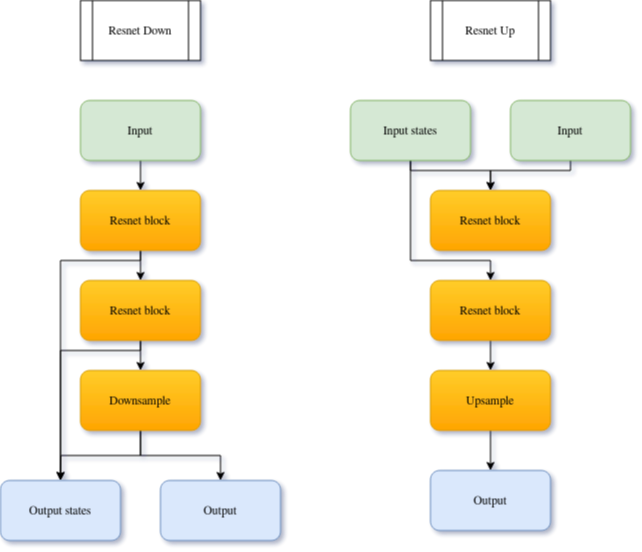
Before: pdf/images/ResnetDownUp.drawio.png, a diagram exported from draw.io (kaamka/diffusion-ct). Source tidied: cells renumbered, new cells last; positions are measured from the earlier drawing's top-left corner, leaving out a move shared by most shapes. Source of this version:
```xml
<mxGraphModel>
  <root>
    <mxCell id="0" />
    <mxCell id="1" parent="0" />
    <mxCell id="2" style="edgeStyle=orthogonalEdgeStyle;rounded=0;jettySize=auto;html=1;exitX=0.5;exitY=1;exitDx=0;exitDy=0;entryX=0.5;entryY=0;entryDx=0;entryDy=0;" parent="1" edge="1" source="3" target="10">
      <mxGeometry relative="1" as="geometry" />
    </mxCell>
    <mxCell id="3" value="Input" style="rounded=1;whiteSpace=wrap;html=1;fillColor=#d5e8d4;strokeColor=#82b366;" parent="1" vertex="1">
      <mxGeometry x="80" y="100" width="120" height="60" as="geometry" />
    </mxCell>
    <mxCell id="4" value="Resnet Down" style="shape=process;whiteSpace=wrap;html=1;backgroundOutline=1;" parent="1" vertex="1">
      <mxGeometry x="80" width="120" height="60" as="geometry" />
    </mxCell>
    <mxCell id="5" value="Resnet Up" style="shape=process;whiteSpace=wrap;html=1;backgroundOutline=1;" parent="1" vertex="1">
      <mxGeometry x="430" width="120" height="60" as="geometry" />
    </mxCell>
    <mxCell id="6" style="edgeStyle=orthogonalEdgeStyle;rounded=0;jettySize=auto;html=1;exitX=0.5;exitY=1;exitDx=0;exitDy=0;entryX=0.5;entryY=0;entryDx=0;entryDy=0;" parent="1" edge="1" source="7" target="19">
      <mxGeometry relative="1" as="geometry">
        <Array as="points">
          <mxPoint x="570" y="170" />
          <mxPoint x="490" y="170" />
        </Array>
      </mxGeometry>
    </mxCell>
    <mxCell id="7" value="Input" style="rounded=1;whiteSpace=wrap;html=1;fillColor=#d5e8d4;strokeColor=#82b366;" parent="1" vertex="1">
      <mxGeometry x="510" y="100" width="120" height="60" as="geometry" />
    </mxCell>
    <mxCell id="8" style="edgeStyle=orthogonalEdgeStyle;rounded=0;jettySize=auto;html=1;exitX=0.5;exitY=1;exitDx=0;exitDy=0;entryX=0.5;entryY=0;entryDx=0;entryDy=0;" parent="1" edge="1" source="10" target="13">
      <mxGeometry relative="1" as="geometry" />
    </mxCell>
    <mxCell id="9" style="edgeStyle=orthogonalEdgeStyle;rounded=0;jettySize=auto;html=1;exitX=0.5;exitY=1;exitDx=0;exitDy=0;entryX=0.5;entryY=0;entryDx=0;entryDy=0;" parent="1" edge="1" source="10" target="18">
      <mxGeometry relative="1" as="geometry">
        <Array as="points">
          <mxPoint x="140" y="260" />
          <mxPoint x="60" y="260" />
        </Array>
      </mxGeometry>
    </mxCell>
    <mxCell id="10" value="Resnet block" style="rounded=1;whiteSpace=wrap;html=1;fillColor=#ffcd28;strokeColor=#d79b00;gradientColor=#ffa500;" parent="1" vertex="1">
      <mxGeometry x="80" y="190" width="120" height="60" as="geometry" />
    </mxCell>
    <mxCell id="11" style="edgeStyle=orthogonalEdgeStyle;rounded=0;jettySize=auto;html=1;exitX=0.5;exitY=1;exitDx=0;exitDy=0;entryX=0.5;entryY=0;entryDx=0;entryDy=0;" parent="1" edge="1" source="13" target="16">
      <mxGeometry relative="1" as="geometry" />
    </mxCell>
    <mxCell id="12" style="edgeStyle=orthogonalEdgeStyle;rounded=0;jettySize=auto;html=1;exitX=0.5;exitY=1;exitDx=0;exitDy=0;entryX=0.5;entryY=0;entryDx=0;entryDy=0;" parent="1" edge="1" source="13">
      <mxGeometry relative="1" as="geometry">
        <mxPoint x="60" y="480" as="targetPoint" />
        <Array as="points">
          <mxPoint x="140" y="350" />
          <mxPoint x="60" y="350" />
        </Array>
      </mxGeometry>
    </mxCell>
    <mxCell id="13" value="Resnet block" style="rounded=1;whiteSpace=wrap;html=1;fillColor=#ffcd28;strokeColor=#d79b00;gradientColor=#ffa500;" parent="1" vertex="1">
      <mxGeometry x="80" y="280" width="120" height="60" as="geometry" />
    </mxCell>
    <mxCell id="14" style="edgeStyle=orthogonalEdgeStyle;rounded=0;jettySize=auto;html=1;exitX=0.5;exitY=1;exitDx=0;exitDy=0;entryX=0.5;entryY=0;entryDx=0;entryDy=0;" parent="1" edge="1" source="16">
      <mxGeometry relative="1" as="geometry">
        <mxPoint x="60" y="480" as="targetPoint" />
      </mxGeometry>
    </mxCell>
    <mxCell id="15" style="edgeStyle=orthogonalEdgeStyle;rounded=0;jettySize=auto;html=1;exitX=0.5;exitY=1;exitDx=0;exitDy=0;entryX=0.5;entryY=0;entryDx=0;entryDy=0;" parent="1" edge="1" source="16" target="17">
      <mxGeometry relative="1" as="geometry" />
    </mxCell>
    <mxCell id="16" value="Downsample" style="rounded=1;whiteSpace=wrap;html=1;fillColor=#ffcd28;strokeColor=#d79b00;gradientColor=#ffa500;" parent="1" vertex="1">
      <mxGeometry x="80" y="370" width="120" height="60" as="geometry" />
    </mxCell>
    <mxCell id="17" value="Output" style="rounded=1;whiteSpace=wrap;html=1;fillColor=#dae8fc;strokeColor=#6c8ebf;" parent="1" vertex="1">
      <mxGeometry x="160" y="480" width="120" height="60" as="geometry" />
    </mxCell>
    <mxCell id="18" value="Output states" style="rounded=1;whiteSpace=wrap;html=1;fillColor=#dae8fc;strokeColor=#6c8ebf;" parent="1" vertex="1">
      <mxGeometry y="480" width="120" height="60" as="geometry" />
    </mxCell>
    <mxCell id="19" value="Resnet block" style="rounded=1;whiteSpace=wrap;html=1;fillColor=#ffcd28;strokeColor=#d79b00;gradientColor=#ffa500;" parent="1" vertex="1">
      <mxGeometry x="430" y="190" width="120" height="60" as="geometry" />
    </mxCell>
    <mxCell id="20" style="edgeStyle=orthogonalEdgeStyle;rounded=0;jettySize=auto;html=1;exitX=0.5;exitY=1;exitDx=0;exitDy=0;entryX=0.5;entryY=0;entryDx=0;entryDy=0;" parent="1" edge="1" source="22" target="19">
      <mxGeometry relative="1" as="geometry">
        <Array as="points">
          <mxPoint x="410" y="170" />
          <mxPoint x="490" y="170" />
        </Array>
      </mxGeometry>
    </mxCell>
    <mxCell id="21" style="edgeStyle=orthogonalEdgeStyle;rounded=0;jettySize=auto;html=1;exitX=0.5;exitY=1;exitDx=0;exitDy=0;entryX=0.5;entryY=0;entryDx=0;entryDy=0;" parent="1" edge="1" source="22" target="24">
      <mxGeometry relative="1" as="geometry">
        <Array as="points">
          <mxPoint x="410" y="260" />
          <mxPoint x="490" y="260" />
        </Array>
      </mxGeometry>
    </mxCell>
    <mxCell id="22" value="Input states" style="rounded=1;whiteSpace=wrap;html=1;fillColor=#d5e8d4;strokeColor=#82b366;" parent="1" vertex="1">
      <mxGeometry x="350" y="100" width="120" height="60" as="geometry" />
    </mxCell>
    <mxCell id="23" style="edgeStyle=orthogonalEdgeStyle;rounded=0;jettySize=auto;html=1;exitX=0.5;exitY=1;exitDx=0;exitDy=0;entryX=0.5;entryY=0;entryDx=0;entryDy=0;" parent="1" edge="1" source="24" target="26">
      <mxGeometry relative="1" as="geometry" />
    </mxCell>
    <mxCell id="24" value="Resnet block" style="rounded=1;whiteSpace=wrap;html=1;fillColor=#ffcd28;strokeColor=#d79b00;gradientColor=#ffa500;" parent="1" vertex="1">
      <mxGeometry x="430" y="280" width="120" height="60" as="geometry" />
    </mxCell>
    <mxCell id="25" style="edgeStyle=orthogonalEdgeStyle;rounded=0;jettySize=auto;html=1;exitX=0.5;exitY=1;exitDx=0;exitDy=0;entryX=0.5;entryY=0;entryDx=0;entryDy=0;" parent="1" edge="1" source="26" target="27">
      <mxGeometry relative="1" as="geometry" />
    </mxCell>
    <mxCell id="26" value="Upsample" style="rounded=1;whiteSpace=wrap;html=1;fillColor=#ffcd28;strokeColor=#d79b00;gradientColor=#ffa500;" parent="1" vertex="1">
      <mxGeometry x="430" y="370" width="120" height="60" as="geometry" />
    </mxCell>
    <mxCell id="27" value="Output" style="rounded=1;whiteSpace=wrap;html=1;fillColor=#dae8fc;strokeColor=#6c8ebf;" parent="1" vertex="1">
      <mxGeometry x="430" y="470" width="120" height="60" as="geometry" />
    </mxCell>
  </root>
</mxGraphModel>
```
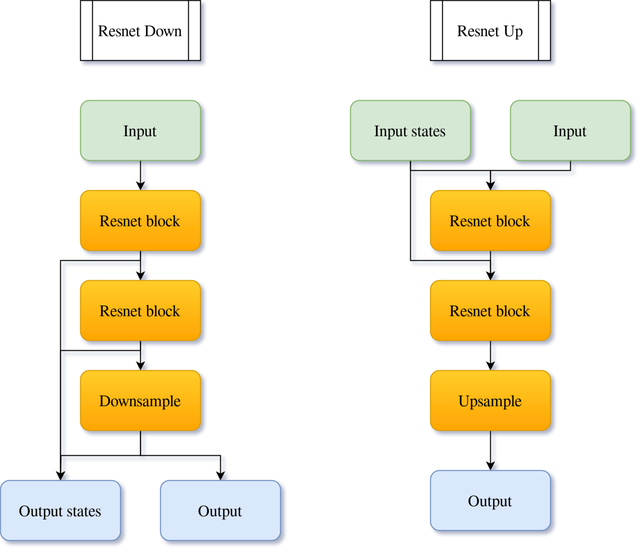
Above is the later version.

The edit, as a diff of the source:
```diff
@@ -2,19 +2,19 @@
   <root>
     <mxCell id="0" />
     <mxCell id="1" parent="0" />
-    <mxCell id="2" style="edgeStyle=orthogonalEdgeStyle;rounded=0;jettySize=auto;html=1;exitX=0.5;exitY=1;exitDx=0;exitDy=0;entryX=0.5;entryY=0;entryDx=0;entryDy=0;" parent="1" edge="1" source="3" target="10">
+    <mxCell id="2" style="edgeStyle=orthogonalEdgeStyle;rounded=0;jettySize=auto;html=1;exitX=0.5;exitY=1;exitDx=0;exitDy=0;entryX=0.5;entryY=0;entryDx=0;entryDy=0;fontSize=16;" parent="1" edge="1" source="3" target="10">
       <mxGeometry relative="1" as="geometry" />
     </mxCell>
-    <mxCell id="3" value="Input" style="rounded=1;whiteSpace=wrap;html=1;fillColor=#d5e8d4;strokeColor=#82b366;" parent="1" vertex="1">
+    <mxCell id="3" value="Input" style="rounded=1;whiteSpace=wrap;html=1;fillColor=#d5e8d4;strokeColor=#82b366;fontSize=16;" parent="1" vertex="1">
       <mxGeometry x="80" y="100" width="120" height="60" as="geometry" />
     </mxCell>
-    <mxCell id="4" value="Resnet Down" style="shape=process;whiteSpace=wrap;html=1;backgroundOutline=1;" parent="1" vertex="1">
+    <mxCell id="4" value="Resnet Down" style="shape=process;whiteSpace=wrap;html=1;backgroundOutline=1;fontSize=16;" parent="1" vertex="1">
       <mxGeometry x="80" width="120" height="60" as="geometry" />
     </mxCell>
-    <mxCell id="5" value="Resnet Up" style="shape=process;whiteSpace=wrap;html=1;backgroundOutline=1;" parent="1" vertex="1">
+    <mxCell id="5" value="Resnet Up" style="shape=process;whiteSpace=wrap;html=1;backgroundOutline=1;fontSize=16;" parent="1" vertex="1">
       <mxGeometry x="430" width="120" height="60" as="geometry" />
     </mxCell>
-    <mxCell id="6" style="edgeStyle=orthogonalEdgeStyle;rounded=0;jettySize=auto;html=1;exitX=0.5;exitY=1;exitDx=0;exitDy=0;entryX=0.5;entryY=0;entryDx=0;entryDy=0;" parent="1" edge="1" source="7" target="19">
+    <mxCell id="6" style="edgeStyle=orthogonalEdgeStyle;rounded=0;jettySize=auto;html=1;exitX=0.5;exitY=1;exitDx=0;exitDy=0;entryX=0.5;entryY=0;entryDx=0;entryDy=0;fontSize=16;" parent="1" edge="1" source="7" target="19">
       <mxGeometry relative="1" as="geometry">
         <Array as="points">
           <mxPoint x="570" y="170" />
@@ -22,13 +22,13 @@
         </Array>
       </mxGeometry>
     </mxCell>
-    <mxCell id="7" value="Input" style="rounded=1;whiteSpace=wrap;html=1;fillColor=#d5e8d4;strokeColor=#82b366;" parent="1" vertex="1">
+    <mxCell id="7" value="Input" style="rounded=1;whiteSpace=wrap;html=1;fillColor=#d5e8d4;strokeColor=#82b366;fontSize=16;" parent="1" vertex="1">
       <mxGeometry x="510" y="100" width="120" height="60" as="geometry" />
     </mxCell>
-    <mxCell id="8" style="edgeStyle=orthogonalEdgeStyle;rounded=0;jettySize=auto;html=1;exitX=0.5;exitY=1;exitDx=0;exitDy=0;entryX=0.5;entryY=0;entryDx=0;entryDy=0;" parent="1" edge="1" source="10" target="13">
+    <mxCell id="8" style="edgeStyle=orthogonalEdgeStyle;rounded=0;jettySize=auto;html=1;exitX=0.5;exitY=1;exitDx=0;exitDy=0;entryX=0.5;entryY=0;entryDx=0;entryDy=0;fontSize=16;" parent="1" edge="1" source="10" target="13">
       <mxGeometry relative="1" as="geometry" />
     </mxCell>
-    <mxCell id="9" style="edgeStyle=orthogonalEdgeStyle;rounded=0;jettySize=auto;html=1;exitX=0.5;exitY=1;exitDx=0;exitDy=0;entryX=0.5;entryY=0;entryDx=0;entryDy=0;" parent="1" edge="1" source="10" target="18">
+    <mxCell id="9" style="edgeStyle=orthogonalEdgeStyle;rounded=0;jettySize=auto;html=1;exitX=0.5;exitY=1;exitDx=0;exitDy=0;entryX=0.5;entryY=0;entryDx=0;entryDy=0;fontSize=16;" parent="1" edge="1" source="10" target="18">
       <mxGeometry relative="1" as="geometry">
         <Array as="points">
           <mxPoint x="140" y="260" />
@@ -36,13 +36,13 @@
         </Array>
       </mxGeometry>
     </mxCell>
-    <mxCell id="10" value="Resnet block" style="rounded=1;whiteSpace=wrap;html=1;fillColor=#ffcd28;strokeColor=#d79b00;gradientColor=#ffa500;" parent="1" vertex="1">
+    <mxCell id="10" value="Resnet block" style="rounded=1;whiteSpace=wrap;html=1;fillColor=#ffcd28;strokeColor=#d79b00;gradientColor=#ffa500;fontSize=16;" parent="1" vertex="1">
       <mxGeometry x="80" y="190" width="120" height="60" as="geometry" />
     </mxCell>
-    <mxCell id="11" style="edgeStyle=orthogonalEdgeStyle;rounded=0;jettySize=auto;html=1;exitX=0.5;exitY=1;exitDx=0;exitDy=0;entryX=0.5;entryY=0;entryDx=0;entryDy=0;" parent="1" edge="1" source="13" target="16">
+    <mxCell id="11" style="edgeStyle=orthogonalEdgeStyle;rounded=0;jettySize=auto;html=1;exitX=0.5;exitY=1;exitDx=0;exitDy=0;entryX=0.5;entryY=0;entryDx=0;entryDy=0;fontSize=16;" parent="1" edge="1" source="13" target="16">
       <mxGeometry relative="1" as="geometry" />
     </mxCell>
-    <mxCell id="12" style="edgeStyle=orthogonalEdgeStyle;rounded=0;jettySize=auto;html=1;exitX=0.5;exitY=1;exitDx=0;exitDy=0;entryX=0.5;entryY=0;entryDx=0;entryDy=0;" parent="1" edge="1" source="13">
+    <mxCell id="12" style="edgeStyle=orthogonalEdgeStyle;rounded=0;jettySize=auto;html=1;exitX=0.5;exitY=1;exitDx=0;exitDy=0;entryX=0.5;entryY=0;entryDx=0;entryDy=0;fontSize=16;" parent="1" edge="1" source="13">
       <mxGeometry relative="1" as="geometry">
         <mxPoint x="60" y="480" as="targetPoint" />
         <Array as="points">
@@ -51,30 +51,33 @@
         </Array>
       </mxGeometry>
     </mxCell>
-    <mxCell id="13" value="Resnet block" style="rounded=1;whiteSpace=wrap;html=1;fillColor=#ffcd28;strokeColor=#d79b00;gradientColor=#ffa500;" parent="1" vertex="1">
+    <mxCell id="13" value="Resnet block" style="rounded=1;whiteSpace=wrap;html=1;fillColor=#ffcd28;strokeColor=#d79b00;gradientColor=#ffa500;fontSize=16;" parent="1" vertex="1">
       <mxGeometry x="80" y="280" width="120" height="60" as="geometry" />
     </mxCell>
-    <mxCell id="14" style="edgeStyle=orthogonalEdgeStyle;rounded=0;jettySize=auto;html=1;exitX=0.5;exitY=1;exitDx=0;exitDy=0;entryX=0.5;entryY=0;entryDx=0;entryDy=0;" parent="1" edge="1" source="16">
+    <mxCell id="14" style="edgeStyle=orthogonalEdgeStyle;rounded=0;jettySize=auto;html=1;exitX=0.5;exitY=1;exitDx=0;exitDy=0;entryX=0.5;entryY=0;entryDx=0;entryDy=0;fontSize=16;" parent="1" edge="1" source="16">
       <mxGeometry relative="1" as="geometry">
         <mxPoint x="60" y="480" as="targetPoint" />
       </mxGeometry>
     </mxCell>
-    <mxCell id="15" style="edgeStyle=orthogonalEdgeStyle;rounded=0;jettySize=auto;html=1;exitX=0.5;exitY=1;exitDx=0;exitDy=0;entryX=0.5;entryY=0;entryDx=0;entryDy=0;" parent="1" edge="1" source="16" target="17">
+    <mxCell id="15" style="edgeStyle=orthogonalEdgeStyle;rounded=0;jettySize=auto;html=1;exitX=0.5;exitY=1;exitDx=0;exitDy=0;entryX=0.5;entryY=0;entryDx=0;entryDy=0;fontSize=16;" parent="1" edge="1" source="16" target="17">
       <mxGeometry relative="1" as="geometry" />
     </mxCell>
-    <mxCell id="16" value="Downsample" style="rounded=1;whiteSpace=wrap;html=1;fillColor=#ffcd28;strokeColor=#d79b00;gradientColor=#ffa500;" parent="1" vertex="1">
+    <mxCell id="16" value="Downsample" style="rounded=1;whiteSpace=wrap;html=1;fillColor=#ffcd28;strokeColor=#d79b00;gradientColor=#ffa500;fontSize=16;" parent="1" vertex="1">
       <mxGeometry x="80" y="370" width="120" height="60" as="geometry" />
     </mxCell>
-    <mxCell id="17" value="Output" style="rounded=1;whiteSpace=wrap;html=1;fillColor=#dae8fc;strokeColor=#6c8ebf;" parent="1" vertex="1">
+    <mxCell id="17" value="Output" style="rounded=1;whiteSpace=wrap;html=1;fillColor=#dae8fc;strokeColor=#6c8ebf;fontSize=16;" parent="1" vertex="1">
       <mxGeometry x="160" y="480" width="120" height="60" as="geometry" />
     </mxCell>
-    <mxCell id="18" value="Output states" style="rounded=1;whiteSpace=wrap;html=1;fillColor=#dae8fc;strokeColor=#6c8ebf;" parent="1" vertex="1">
+    <mxCell id="18" value="Output states" style="rounded=1;whiteSpace=wrap;html=1;fillColor=#dae8fc;strokeColor=#6c8ebf;fontSize=16;" parent="1" vertex="1">
       <mxGeometry y="480" width="120" height="60" as="geometry" />
     </mxCell>
+    <mxCell id="28" style="edgeStyle=orthogonalEdgeStyle;rounded=0;jettySize=auto;html=1;exitX=0.5;exitY=1;exitDx=0;exitDy=0;entryX=0.5;entryY=0;entryDx=0;entryDy=0;" parent="1" edge="1" source="19" target="24">
+      <mxGeometry relative="1" as="geometry" />
+    </mxCell>
-    <mxCell id="19" value="Resnet block" style="rounded=1;whiteSpace=wrap;html=1;fillColor=#ffcd28;strokeColor=#d79b00;gradientColor=#ffa500;" parent="1" vertex="1">
+    <mxCell id="19" value="Resnet block" style="rounded=1;whiteSpace=wrap;html=1;fillColor=#ffcd28;strokeColor=#d79b00;gradientColor=#ffa500;fontSize=16;" parent="1" vertex="1">
       <mxGeometry x="430" y="190" width="120" height="60" as="geometry" />
     </mxCell>
-    <mxCell id="20" style="edgeStyle=orthogonalEdgeStyle;rounded=0;jettySize=auto;html=1;exitX=0.5;exitY=1;exitDx=0;exitDy=0;entryX=0.5;entryY=0;entryDx=0;entryDy=0;" parent="1" edge="1" source="22" target="19">
+    <mxCell id="20" style="edgeStyle=orthogonalEdgeStyle;rounded=0;jettySize=auto;html=1;exitX=0.5;exitY=1;exitDx=0;exitDy=0;entryX=0.5;entryY=0;entryDx=0;entryDy=0;fontSize=16;" parent="1" edge="1" source="22" target="19">
       <mxGeometry relative="1" as="geometry">
         <Array as="points">
           <mxPoint x="410" y="170" />
@@ -82,7 +85,7 @@
         </Array>
       </mxGeometry>
     </mxCell>
-    <mxCell id="21" style="edgeStyle=orthogonalEdgeStyle;rounded=0;jettySize=auto;html=1;exitX=0.5;exitY=1;exitDx=0;exitDy=0;entryX=0.5;entryY=0;entryDx=0;entryDy=0;" parent="1" edge="1" source="22" target="24">
+    <mxCell id="21" style="edgeStyle=orthogonalEdgeStyle;rounded=0;jettySize=auto;html=1;exitX=0.5;exitY=1;exitDx=0;exitDy=0;entryX=0.5;entryY=0;entryDx=0;entryDy=0;fontSize=16;" parent="1" edge="1" source="22" target="24">
       <mxGeometry relative="1" as="geometry">
         <Array as="points">
           <mxPoint x="410" y="260" />
@@ -90,22 +93,22 @@
         </Array>
       </mxGeometry>
     </mxCell>
-    <mxCell id="22" value="Input states" style="rounded=1;whiteSpace=wrap;html=1;fillColor=#d5e8d4;strokeColor=#82b366;" parent="1" vertex="1">
+    <mxCell id="22" value="Input states" style="rounded=1;whiteSpace=wrap;html=1;fillColor=#d5e8d4;strokeColor=#82b366;fontSize=16;" parent="1" vertex="1">
       <mxGeometry x="350" y="100" width="120" height="60" as="geometry" />
     </mxCell>
-    <mxCell id="23" style="edgeStyle=orthogonalEdgeStyle;rounded=0;jettySize=auto;html=1;exitX=0.5;exitY=1;exitDx=0;exitDy=0;entryX=0.5;entryY=0;entryDx=0;entryDy=0;" parent="1" edge="1" source="24" target="26">
+    <mxCell id="23" style="edgeStyle=orthogonalEdgeStyle;rounded=0;jettySize=auto;html=1;exitX=0.5;exitY=1;exitDx=0;exitDy=0;entryX=0.5;entryY=0;entryDx=0;entryDy=0;fontSize=16;" parent="1" edge="1" source="24" target="26">
       <mxGeometry relative="1" as="geometry" />
     </mxCell>
-    <mxCell id="24" value="Resnet block" style="rounded=1;whiteSpace=wrap;html=1;fillColor=#ffcd28;strokeColor=#d79b00;gradientColor=#ffa500;" parent="1" vertex="1">
+    <mxCell id="24" value="Resnet block" style="rounded=1;whiteSpace=wrap;html=1;fillColor=#ffcd28;strokeColor=#d79b00;gradientColor=#ffa500;fontSize=16;" parent="1" vertex="1">
       <mxGeometry x="430" y="280" width="120" height="60" as="geometry" />
     </mxCell>
-    <mxCell id="25" style="edgeStyle=orthogonalEdgeStyle;rounded=0;jettySize=auto;html=1;exitX=0.5;exitY=1;exitDx=0;exitDy=0;entryX=0.5;entryY=0;entryDx=0;entryDy=0;" parent="1" edge="1" source="26" target="27">
+    <mxCell id="25" style="edgeStyle=orthogonalEdgeStyle;rounded=0;jettySize=auto;html=1;exitX=0.5;exitY=1;exitDx=0;exitDy=0;entryX=0.5;entryY=0;entryDx=0;entryDy=0;fontSize=16;" parent="1" edge="1" source="26" target="27">
       <mxGeometry relative="1" as="geometry" />
     </mxCell>
-    <mxCell id="26" value="Upsample" style="rounded=1;whiteSpace=wrap;html=1;fillColor=#ffcd28;strokeColor=#d79b00;gradientColor=#ffa500;" parent="1" vertex="1">
+    <mxCell id="26" value="Upsample" style="rounded=1;whiteSpace=wrap;html=1;fillColor=#ffcd28;strokeColor=#d79b00;gradientColor=#ffa500;fontSize=16;" parent="1" vertex="1">
       <mxGeometry x="430" y="370" width="120" height="60" as="geometry" />
     </mxCell>
-    <mxCell id="27" value="Output" style="rounded=1;whiteSpace=wrap;html=1;fillColor=#dae8fc;strokeColor=#6c8ebf;" parent="1" vertex="1">
+    <mxCell id="27" value="Output" style="rounded=1;whiteSpace=wrap;html=1;fillColor=#dae8fc;strokeColor=#6c8ebf;fontSize=16;" parent="1" vertex="1">
       <mxGeometry x="430" y="470" width="120" height="60" as="geometry" />
     </mxCell>
   </root>
```
